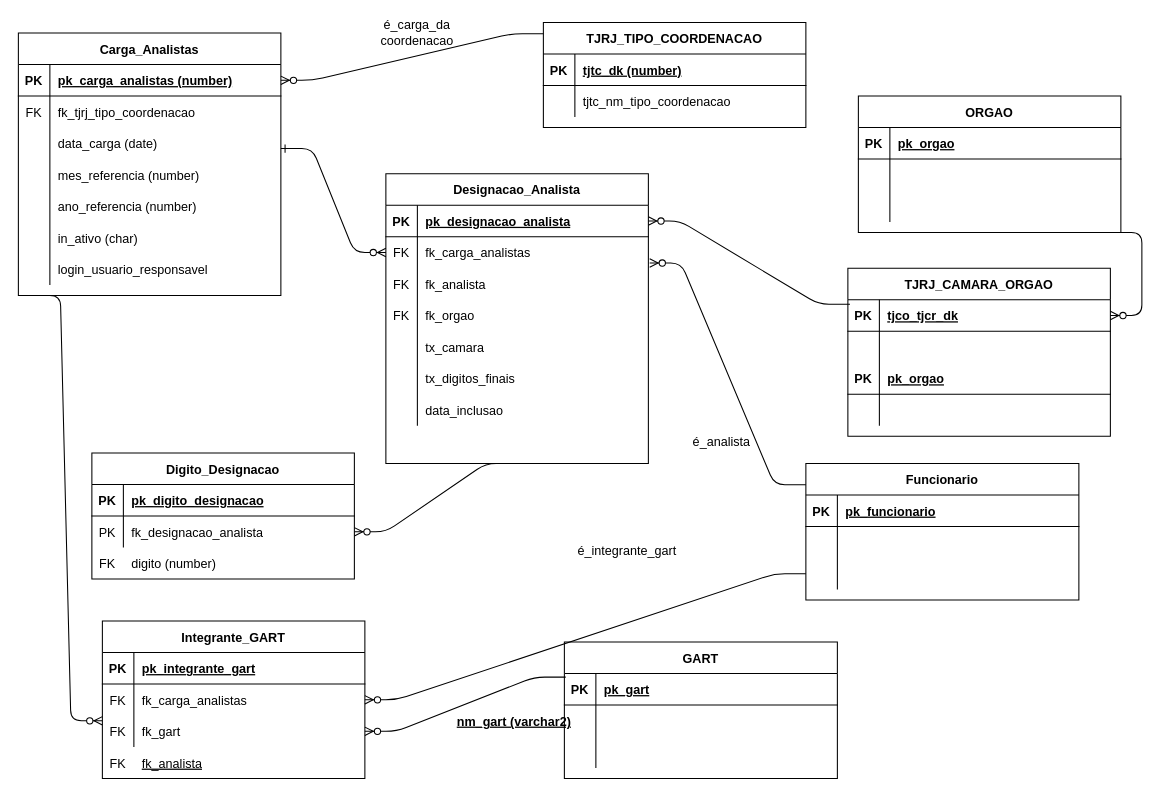
Before: Distribuicao_Analistas_2a_Inst.drawio in gugahh/diagramasmprj, a draw.io diagram. Source tidied: cells renumbered, new cells numbered last; positions are measured from the earlier drawing's top-left corner, leaving out a move shared by most shapes. Both pictures are drawn from the tidied source at 105%, with x=0, y=0 at pixel (18, 22).
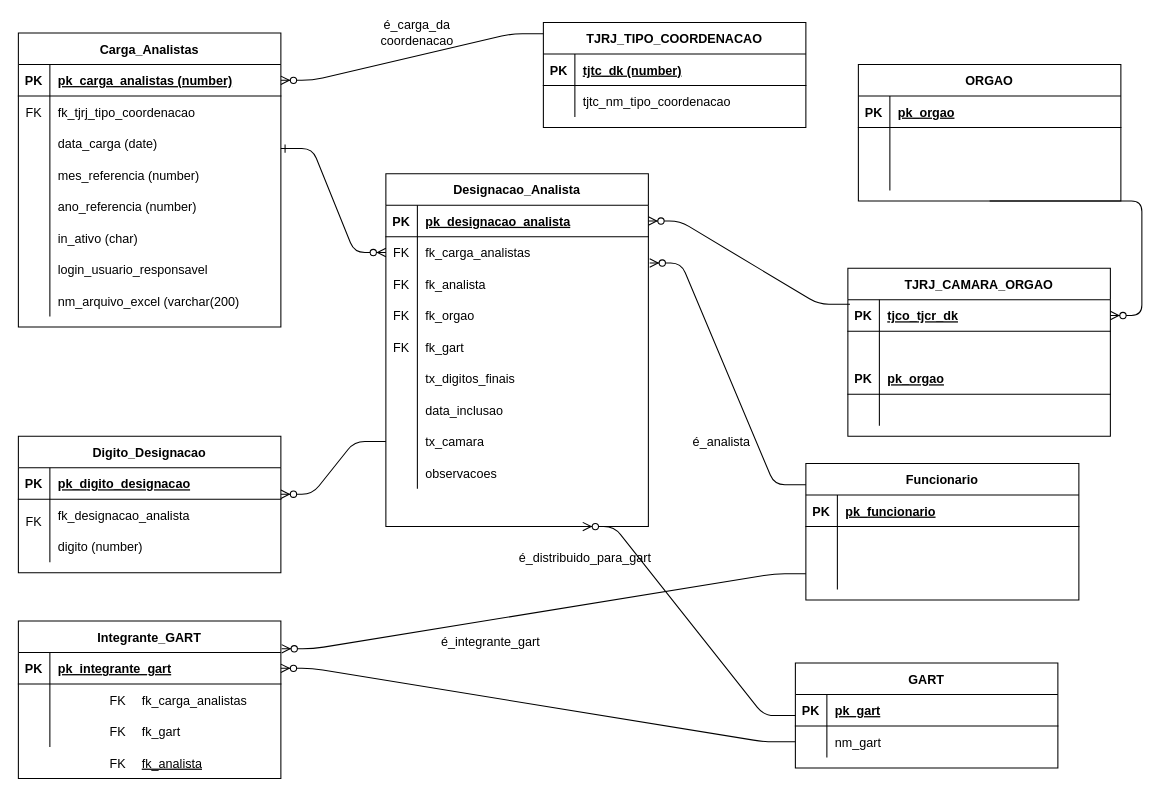
The same diagram, later.

Unchanged cells that the change refers to:
```xml
<mxCell id="17" style="shape=partialRectangle;fillColor=none;top=0;left=0;right=0;bottom=0;" parent="4" vertex="1">
  <mxGeometry y="150" width="250" height="30" as="geometry" />
</mxCell>
<mxCell id="76" style="shape=partialRectangle;fillColor=none;points=[[0,0.5],[1,0.5]];portConstraint=eastwest;top=0;left=0;right=0;bottom=0;" parent="69" vertex="1">
  <mxGeometry y="90" width="260" height="30" as="geometry" />
</mxCell>
<mxCell id="96" style="shape=partialRectangle;fillColor=none;points=[[0,0.5],[1,0.5]];portConstraint=eastwest;top=0;left=0;right=0;bottom=1;" parent="95" vertex="1">
  <mxGeometry y="30" width="250" height="30" as="geometry" />
</mxCell>
<mxCell id="102" style="shape=partialRectangle;fillColor=none;points=[[0,0.5],[1,0.5]];portConstraint=eastwest;top=0;left=0;right=0;bottom=0;" parent="95" vertex="1">
  <mxGeometry y="90" width="250" height="30" as="geometry" />
</mxCell>
```

The edit, as a diff of the source:
```diff
@@
-    <mxCell id="2" value="PK" style="shape=partialRectangle;overflow=hidden;fillColor=none;top=0;left=0;bottom=0;right=0;fontStyle=0;" parent="1" vertex="1">
-      <mxGeometry x="70" y="470" width="30" height="30" as="geometry" />
-    </mxCell>
@@
     <mxCell id="4" value="Designacao_Analista" style="shape=table;startSize=30;childLayout=tableLayout;rowLines=0;fontStyle=1;align=center;" parent="1" vertex="1">
-      <mxGeometry x="350" y="144" width="250" height="276" as="geometry" />
+      <mxGeometry x="350" y="144" width="250" height="336" as="geometry" />
     </mxCell>
@@
-    <mxCell id="19" value="tx_camara" style="shape=partialRectangle;overflow=hidden;fillColor=none;top=0;left=0;bottom=0;right=0;align=left;spacingLeft=6;" parent="17" vertex="1">
+    <mxCell id="19" value="fk_gart" style="shape=partialRectangle;overflow=hidden;fillColor=none;top=0;left=0;bottom=0;right=0;align=left;spacingLeft=6;" parent="17" vertex="1">
       <mxGeometry x="30" width="220" height="30" as="geometry" />
     </mxCell>
@@
+    <mxCell id="137" style="shape=partialRectangle;fillColor=none;points=[[0,0.5],[1,0.5]];portConstraint=eastwest;top=0;left=0;right=0;bottom=0;" parent="4" vertex="1">
+      <mxGeometry y="240" width="250" height="30" as="geometry" />
+    </mxCell>
+    <mxCell id="138" style="shape=partialRectangle;overflow=hidden;fillColor=none;top=0;left=0;bottom=0;right=0;" parent="137" vertex="1">
+      <mxGeometry width="30" height="30" as="geometry" />
+    </mxCell>
+    <mxCell id="139" value="tx_camara" style="shape=partialRectangle;overflow=hidden;fillColor=none;top=0;left=0;bottom=0;right=0;align=left;spacingLeft=6;" parent="137" vertex="1">
+      <mxGeometry x="30" width="220" height="30" as="geometry" />
+    </mxCell>
+    <mxCell id="140" style="shape=partialRectangle;fillColor=none;top=0;left=0;right=0;bottom=0;" parent="4" vertex="1">
+      <mxGeometry y="270" width="250" height="30" as="geometry" />
+    </mxCell>
+    <mxCell id="141" style="shape=partialRectangle;overflow=hidden;fillColor=none;top=0;left=0;bottom=0;right=0;" parent="140" vertex="1">
+      <mxGeometry width="30" height="30" as="geometry" />
+    </mxCell>
+    <mxCell id="142" value="observacoes" style="shape=partialRectangle;overflow=hidden;fillColor=none;top=0;left=0;bottom=0;right=0;align=left;spacingLeft=6;" parent="140" vertex="1">
+      <mxGeometry x="30" width="220" height="30" as="geometry" />
+    </mxCell>
@@
     <mxCell id="39" value="Carga_Analistas" style="shape=table;startSize=30;childLayout=tableLayout;rowLines=0;fontStyle=1;align=center;" parent="1" vertex="1">
-      <mxGeometry y="10" width="250" height="250" as="geometry" />
+      <mxGeometry y="10" width="250" height="280" as="geometry" />
     </mxCell>
@@
-    <mxCell id="61" value="Digito_Designacao" style="shape=table;startSize=30;childLayout=tableLayout;rowLines=0;fontStyle=1;align=center;" parent="1" vertex="1">
-      <mxGeometry x="70" y="410" width="250" height="120" as="geometry" />
-    </mxCell>
-    <mxCell id="62" style="shape=partialRectangle;fillColor=none;top=0;left=0;right=0;bottom=1;" parent="61" vertex="1">
-      <mxGeometry y="30" width="250" height="30" as="geometry" />
-    </mxCell>
-    <mxCell id="63" value="PK" style="shape=partialRectangle;overflow=hidden;fillColor=none;top=0;left=0;bottom=0;right=0;fontStyle=1;" parent="62" vertex="1">
-      <mxGeometry width="30" height="30" as="geometry" />
-    </mxCell>
-    <mxCell id="64" value="pk_digito_designacao" style="shape=partialRectangle;overflow=hidden;fillColor=none;top=0;left=0;bottom=0;right=0;align=left;spacingLeft=6;fontStyle=5;" parent="62" vertex="1">
-      <mxGeometry x="30" width="220" height="30" as="geometry" />
-    </mxCell>
-    <mxCell id="65" style="shape=partialRectangle;fillColor=none;points=[[0,0.5],[1,0.5]];portConstraint=eastwest;top=0;left=0;right=0;bottom=0;" parent="61" vertex="1">
-      <mxGeometry y="60" width="250" height="30" as="geometry" />
-    </mxCell>
-    <mxCell id="66" style="shape=partialRectangle;overflow=hidden;fillColor=none;top=0;left=0;bottom=0;right=0;" parent="65" vertex="1">
-      <mxGeometry width="30" height="30" as="geometry" />
-    </mxCell>
-    <mxCell id="67" value="fk_designacao_analista" style="shape=partialRectangle;overflow=hidden;fillColor=none;top=0;left=0;bottom=0;right=0;align=left;spacingLeft=6;" parent="65" vertex="1">
-      <mxGeometry x="30" width="220" height="30" as="geometry" />
-    </mxCell>
+    <mxCell id="143" style="shape=partialRectangle;fillColor=none;top=0;left=0;right=0;bottom=0;" parent="39" vertex="1">
+      <mxGeometry y="240" width="250" height="30" as="geometry" />
+    </mxCell>
+    <mxCell id="144" style="shape=partialRectangle;overflow=hidden;fillColor=none;top=0;left=0;bottom=0;right=0;" parent="143" vertex="1">
+      <mxGeometry width="30" height="30" as="geometry" />
+    </mxCell>
+    <mxCell id="145" value="nm_arquivo_excel (varchar(200)" style="shape=partialRectangle;overflow=hidden;fillColor=none;top=0;left=0;bottom=0;right=0;align=left;spacingLeft=6;" parent="143" vertex="1">
+      <mxGeometry x="30" width="220" height="30" as="geometry" />
+    </mxCell>
@@
-    <mxCell id="81" value="digito (number)" style="shape=partialRectangle;overflow=hidden;fillColor=none;top=0;left=0;bottom=0;right=0;align=left;spacingLeft=6;" parent="1" vertex="1">
-      <mxGeometry x="100" y="500" width="220" height="30" as="geometry" />
-    </mxCell>
-    <mxCell id="82" style="edgeStyle=entityRelationEdgeStyle;fontSize=12;html=1;endArrow=ERzeroToMany;endFill=1;exitX=0.5;exitY=1;exitDx=0;exitDy=0;" parent="1" edge="1" source="4" target="65">
+    <mxCell id="82" style="edgeStyle=entityRelationEdgeStyle;fontSize=12;html=1;endArrow=ERzeroToMany;endFill=1;exitX=0;exitY=0.5;exitDx=0;exitDy=0;entryX=1;entryY=-0.16;entryDx=0;entryDy=0;entryPerimeter=0;" parent="1" edge="1" source="137" target="157">
       <mxGeometry relative="1" as="geometry" />
     </mxCell>
@@
-    <mxCell id="85" value="GART" style="shape=table;startSize=30;childLayout=tableLayout;rowLines=0;fontStyle=1;align=center;" parent="1" vertex="1">
-      <mxGeometry x="520" y="590" width="260" height="130" as="geometry" />
-    </mxCell>
-    <mxCell id="86" style="shape=partialRectangle;fillColor=none;points=[[0,0.5],[1,0.5]];portConstraint=eastwest;top=0;left=0;right=0;bottom=1;" parent="85" vertex="1">
-      <mxGeometry y="30" width="260" height="30" as="geometry" />
-    </mxCell>
-    <mxCell id="87" value="PK" style="shape=partialRectangle;overflow=hidden;fillColor=none;top=0;left=0;bottom=0;right=0;fontStyle=1;" parent="86" vertex="1">
-      <mxGeometry width="30" height="30" as="geometry" />
-    </mxCell>
-    <mxCell id="88" value="pk_gart" style="shape=partialRectangle;overflow=hidden;fillColor=none;top=0;left=0;bottom=0;right=0;align=left;spacingLeft=6;fontStyle=5;" parent="86" vertex="1">
-      <mxGeometry x="30" width="230" height="30" as="geometry" />
-    </mxCell>
-    <mxCell id="89" style="shape=partialRectangle;fillColor=none;top=0;left=0;right=0;bottom=0;" parent="85" vertex="1">
-      <mxGeometry y="60" width="260" height="30" as="geometry" />
-    </mxCell>
-    <mxCell id="90" style="shape=partialRectangle;overflow=hidden;fillColor=none;top=0;left=0;bottom=0;right=0;" parent="89" vertex="1">
-      <mxGeometry width="30" height="30" as="geometry" />
-    </mxCell>
-    <mxCell id="91" style="shape=partialRectangle;overflow=hidden;fillColor=none;top=0;left=0;bottom=0;right=0;align=left;spacingLeft=6;" parent="89" vertex="1">
-      <mxGeometry x="30" width="230" height="30" as="geometry" />
-    </mxCell>
-    <mxCell id="92" style="shape=partialRectangle;fillColor=none;top=0;left=0;right=0;bottom=0;" parent="85" vertex="1">
-      <mxGeometry y="90" width="260" height="30" as="geometry" />
-    </mxCell>
-    <mxCell id="93" style="shape=partialRectangle;overflow=hidden;fillColor=none;top=0;left=0;bottom=0;right=0;" parent="92" vertex="1">
-      <mxGeometry width="30" height="30" as="geometry" />
-    </mxCell>
-    <mxCell id="94" style="shape=partialRectangle;overflow=hidden;fillColor=none;top=0;left=0;bottom=0;right=0;align=left;spacingLeft=6;" parent="92" vertex="1">
-      <mxGeometry x="30" width="230" height="30" as="geometry" />
-    </mxCell>
     <mxCell id="95" value="Integrante_GART" style="shape=table;startSize=30;childLayout=tableLayout;rowLines=0;fontStyle=1;align=center;" parent="1" vertex="1">
-      <mxGeometry x="80" y="570" width="250" height="150" as="geometry" />
+      <mxGeometry y="570" width="250" height="150" as="geometry" />
     </mxCell>
@@
-    <mxCell id="105" style="edgeStyle=entityRelationEdgeStyle;fontSize=12;html=1;endArrow=ERzeroToMany;endFill=1;entryX=1;entryY=0.5;entryDx=0;entryDy=0;exitX=0.005;exitY=0.113;exitDx=0;exitDy=0;exitPerimeter=0;" parent="1" edge="1" source="86" target="102">
-      <mxGeometry relative="1" as="geometry" />
-    </mxCell>
-    <mxCell id="106" value="nm_gart (varchar2)" style="shape=partialRectangle;overflow=hidden;fillColor=none;top=0;left=0;bottom=0;right=0;align=left;spacingLeft=6;fontStyle=5;" parent="1" vertex="1">
-      <mxGeometry x="410" y="650" width="230" height="30" as="geometry" />
-    </mxCell>
@@
     <mxCell id="108" value="é_integrante_gart" style="text;html=1;strokeColor=none;fillColor=none;align=center;verticalAlign=middle;whiteSpace=wrap;rounded=0;" parent="1" vertex="1">
-      <mxGeometry x="560" y="494" width="40" height="20" as="geometry" />
+      <mxGeometry x="430" y="580" width="40" height="20" as="geometry" />
     </mxCell>
-    <mxCell id="109" value="FK" style="shape=partialRectangle;overflow=hidden;fillColor=none;top=0;left=0;bottom=0;right=0;" parent="1" vertex="1">
-      <mxGeometry x="70" y="500" width="30" height="30" as="geometry" />
-    </mxCell>
-    <mxCell id="110" style="edgeStyle=entityRelationEdgeStyle;fontSize=12;html=1;endArrow=ERzeroToMany;endFill=1;" parent="1" edge="1">
-      <mxGeometry relative="1" as="geometry">
-        <mxPoint x="10" y="260" as="sourcePoint" />
-        <mxPoint x="80" y="665" as="targetPoint" />
-      </mxGeometry>
-    </mxCell>
@@
-    <mxCell id="116" style="edgeStyle=entityRelationEdgeStyle;fontSize=12;html=1;endArrow=ERzeroToMany;endFill=1;" parent="1" edge="1" source="76" target="95">
+    <mxCell id="116" style="edgeStyle=entityRelationEdgeStyle;fontSize=12;html=1;endArrow=ERzeroToMany;endFill=1;entryX=1.003;entryY=-0.12;entryDx=0;entryDy=0;entryPerimeter=0;" parent="1" edge="1" source="76" target="96">
       <mxGeometry relative="1" as="geometry" />
     </mxCell>
@@
     <mxCell id="126" value="ORGAO" style="shape=table;startSize=30;childLayout=tableLayout;rowLines=0;fontStyle=1;align=center;" parent="1" vertex="1">
-      <mxGeometry x="800" y="70" width="250" height="130" as="geometry" />
+      <mxGeometry x="800" y="40" width="250" height="130" as="geometry" />
     </mxCell>
@@
+    <mxCell id="85" value="GART" style="shape=table;startSize=30;childLayout=tableLayout;rowLines=0;fontStyle=1;align=center;" parent="1" vertex="1">
+      <mxGeometry x="740" y="610" width="250" height="100" as="geometry" />
+    </mxCell>
+    <mxCell id="146" style="shape=partialRectangle;fillColor=none;top=0;left=0;right=0;bottom=1;" parent="85" vertex="1">
+      <mxGeometry y="30" width="250" height="30" as="geometry" />
+    </mxCell>
+    <mxCell id="147" value="PK" style="shape=partialRectangle;overflow=hidden;fillColor=none;top=0;left=0;bottom=0;right=0;fontStyle=1;" parent="146" vertex="1">
+      <mxGeometry width="30" height="30" as="geometry" />
+    </mxCell>
+    <mxCell id="88" value="pk_gart" style="shape=partialRectangle;overflow=hidden;fillColor=none;top=0;left=0;bottom=0;right=0;align=left;spacingLeft=6;fontStyle=5;" parent="146" vertex="1">
+      <mxGeometry x="30" width="220" height="30" as="geometry" />
+    </mxCell>
+    <mxCell id="148" style="shape=partialRectangle;fillColor=none;points=[[0,0.5],[1,0.5]];portConstraint=eastwest;top=0;left=0;right=0;bottom=0;" parent="85" vertex="1">
+      <mxGeometry y="60" width="250" height="30" as="geometry" />
+    </mxCell>
+    <mxCell id="149" style="shape=partialRectangle;overflow=hidden;fillColor=none;top=0;left=0;bottom=0;right=0;" parent="148" vertex="1">
+      <mxGeometry width="30" height="30" as="geometry" />
+    </mxCell>
+    <mxCell id="150" value="nm_gart" style="shape=partialRectangle;overflow=hidden;fillColor=none;top=0;left=0;bottom=0;right=0;align=left;spacingLeft=6;" parent="148" vertex="1">
+      <mxGeometry x="30" width="220" height="30" as="geometry" />
+    </mxCell>
+    <mxCell id="151" value="FK" style="shape=partialRectangle;overflow=hidden;fillColor=none;top=0;left=0;bottom=0;right=0;" parent="1" vertex="1">
+      <mxGeometry x="350" y="294" width="30" height="30" as="geometry" />
+    </mxCell>
+    <mxCell id="152" style="edgeStyle=entityRelationEdgeStyle;fontSize=12;html=1;endArrow=ERzeroToMany;endFill=1;entryX=0.75;entryY=1;entryDx=0;entryDy=0;" parent="1" edge="1" source="85" target="4">
+      <mxGeometry relative="1" as="geometry" />
+    </mxCell>
+    <mxCell id="153" value="é_distribuido_para_gart" style="text;html=1;strokeColor=none;fillColor=none;align=center;verticalAlign=middle;whiteSpace=wrap;rounded=0;" parent="1" vertex="1">
+      <mxGeometry x="520" y="500" width="40" height="20" as="geometry" />
+    </mxCell>
+    <mxCell id="154" value="FK" style="shape=partialRectangle;overflow=hidden;fillColor=none;top=0;left=0;bottom=0;right=0;" parent="1" vertex="1">
+      <mxGeometry y="460" width="30" height="30" as="geometry" />
+    </mxCell>
+    <mxCell id="61" value="Digito_Designacao" style="shape=table;startSize=30;childLayout=tableLayout;rowLines=0;fontStyle=1;align=center;" parent="1" vertex="1">
+      <mxGeometry y="394" width="250" height="130" as="geometry" />
+    </mxCell>
+    <mxCell id="155" style="shape=partialRectangle;fillColor=none;top=0;left=0;right=0;bottom=1;" parent="61" vertex="1">
+      <mxGeometry y="30" width="250" height="30" as="geometry" />
+    </mxCell>
+    <mxCell id="156" value="PK" style="shape=partialRectangle;overflow=hidden;fillColor=none;top=0;left=0;bottom=0;right=0;fontStyle=1;" parent="155" vertex="1">
+      <mxGeometry width="30" height="30" as="geometry" />
+    </mxCell>
+    <mxCell id="64" value="pk_digito_designacao" style="shape=partialRectangle;overflow=hidden;fillColor=none;top=0;left=0;bottom=0;right=0;align=left;spacingLeft=6;fontStyle=5;" parent="155" vertex="1">
+      <mxGeometry x="30" width="220" height="30" as="geometry" />
+    </mxCell>
+    <mxCell id="157" style="shape=partialRectangle;fillColor=none;points=[[0,0.5],[1,0.5]];portConstraint=eastwest;top=0;left=0;right=0;bottom=0;" parent="61" vertex="1">
+      <mxGeometry y="60" width="250" height="30" as="geometry" />
+    </mxCell>
+    <mxCell id="158" style="shape=partialRectangle;overflow=hidden;fillColor=none;top=0;left=0;bottom=0;right=0;" parent="157" vertex="1">
+      <mxGeometry width="30" height="30" as="geometry" />
+    </mxCell>
+    <mxCell id="67" value="fk_designacao_analista" style="shape=partialRectangle;overflow=hidden;fillColor=none;top=0;left=0;bottom=0;right=0;align=left;spacingLeft=6;" parent="157" vertex="1">
+      <mxGeometry x="30" width="220" height="30" as="geometry" />
+    </mxCell>
+    <mxCell id="159" style="shape=partialRectangle;fillColor=none;top=0;left=0;right=0;bottom=0;" parent="61" vertex="1">
+      <mxGeometry y="90" width="250" height="30" as="geometry" />
+    </mxCell>
+    <mxCell id="160" style="shape=partialRectangle;overflow=hidden;fillColor=none;top=0;left=0;bottom=0;right=0;" parent="159" vertex="1">
+      <mxGeometry width="30" height="30" as="geometry" />
+    </mxCell>
+    <mxCell id="81" value="digito (number)" style="shape=partialRectangle;overflow=hidden;fillColor=none;top=0;left=0;bottom=0;right=0;align=left;spacingLeft=6;" parent="159" vertex="1">
+      <mxGeometry x="30" width="220" height="30" as="geometry" />
+    </mxCell>
+    <mxCell id="161" style="edgeStyle=entityRelationEdgeStyle;fontSize=12;html=1;endArrow=ERzeroToMany;endFill=1;exitX=0;exitY=0.5;exitDx=0;exitDy=0;entryX=1;entryY=0.5;entryDx=0;entryDy=0;" parent="1" edge="1" source="148" target="96">
+      <mxGeometry relative="1" as="geometry" />
+    </mxCell>
```
